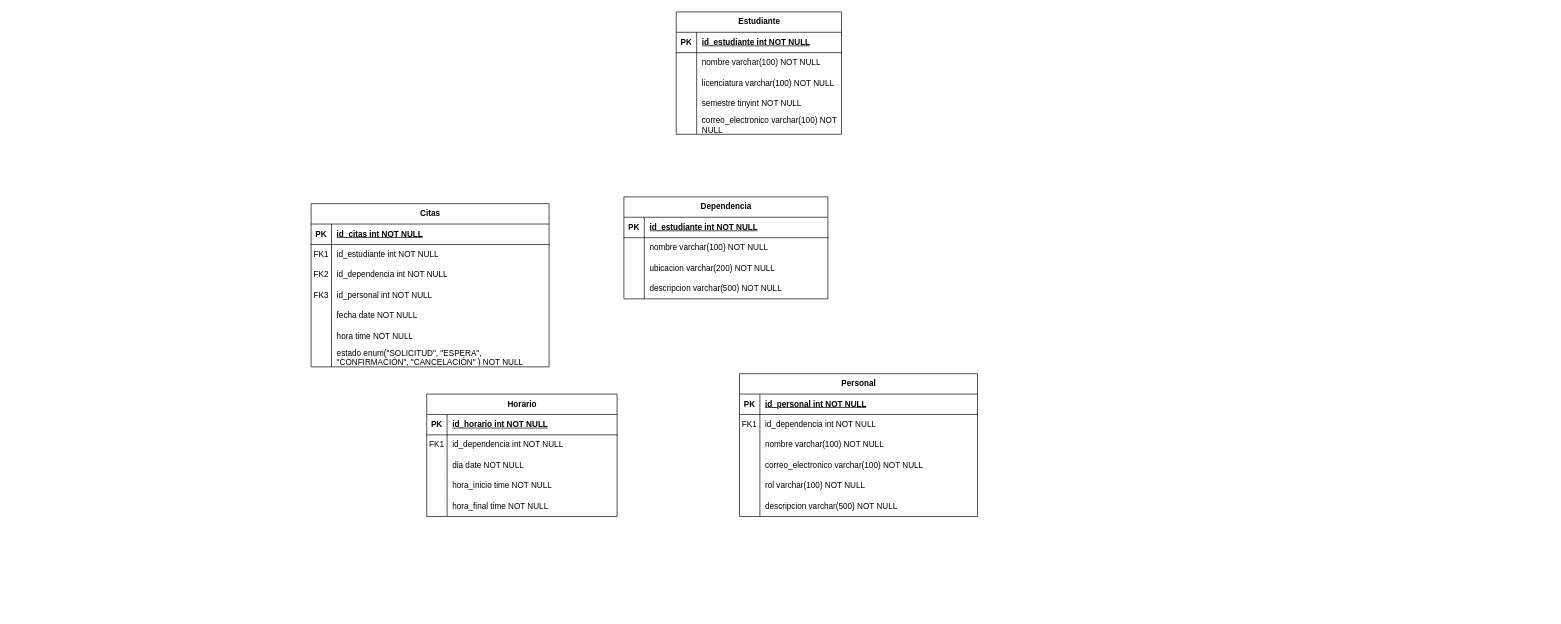
Before: base_datos.drawio in DrAtl30/potro_citas, a draw.io diagram. Source tidied: cells renumbered, new cells numbered last; positions are measured from the earlier drawing's top-left corner, leaving out a move shared by most shapes. Both pictures are drawn from the tidied source at 68%, with x=0, y=0 at pixel (311, 12).
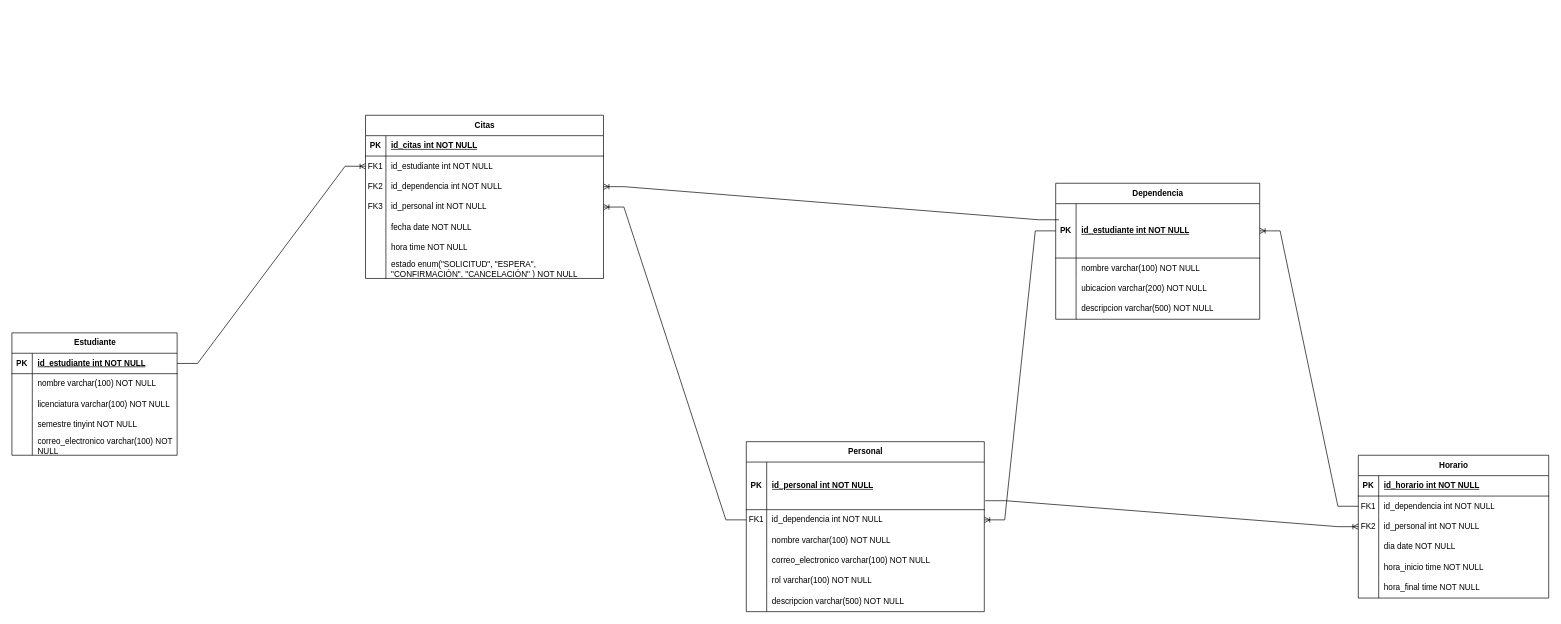
The same page after the edit.

The change refers to these unchanged cells:
```xml
<mxCell id="6" style="shape=tableRow;horizontal=0;startSize=0;swimlaneHead=0;swimlaneBody=0;fillColor=none;points=[[0,0.5],[1,0.5]];portConstraint=eastwest;top=0;left=0;right=0;bottom=0;" parent="2" vertex="1">
  <mxGeometry y="60" width="350" height="30" as="geometry" />
</mxCell>
<mxCell id="9" style="shape=tableRow;horizontal=0;startSize=0;swimlaneHead=0;swimlaneBody=0;fillColor=none;points=[[0,0.5],[1,0.5]];portConstraint=eastwest;top=0;left=0;right=0;bottom=0;" parent="2" vertex="1">
  <mxGeometry y="90" width="350" height="30" as="geometry" />
</mxCell>
<mxCell id="12" style="shape=tableRow;horizontal=0;startSize=0;swimlaneHead=0;swimlaneBody=0;fillColor=none;points=[[0,0.5],[1,0.5]];portConstraint=eastwest;top=0;left=0;right=0;bottom=0;" parent="2" vertex="1">
  <mxGeometry y="120" width="350" height="30" as="geometry" />
</mxCell>
<mxCell id="57" style="shape=tableRow;horizontal=0;startSize=0;swimlaneHead=0;swimlaneBody=0;fillColor=none;points=[[0,0.5],[1,0.5]];portConstraint=eastwest;top=0;left=0;right=0;bottom=1;" parent="56" vertex="1">
  <mxGeometry y="30" width="243" height="30" as="geometry" />
</mxCell>
```

What changed in the source:
```diff
@@
     <mxCell id="2" value="Citas" style="shape=table;startSize=30;childLayout=tableLayout;rowLines=0;fontStyle=1;align=center;html=1;" parent="1" vertex="1">
-      <mxGeometry y="282" width="350" height="240" as="geometry" />
+      <mxGeometry x="80" y="152" width="350" height="240" as="geometry" />
     </mxCell>
@@
     <mxCell id="24" value="Personal" style="shape=table;startSize=30;childLayout=tableLayout;rowLines=0;fontStyle=1;align=center;html=1;" parent="1" vertex="1">
-      <mxGeometry x="630" y="532" width="350" height="210" as="geometry" />
+      <mxGeometry x="640" y="632" width="350" height="250" as="geometry" />
     </mxCell>
     <mxCell id="25" style="shape=tableRow;horizontal=0;startSize=0;swimlaneHead=0;swimlaneBody=0;fillColor=none;points=[[0,0.5],[1,0.5]];portConstraint=eastwest;top=0;left=0;right=0;bottom=1;" parent="24" vertex="1">
-      <mxGeometry y="30" width="350" height="30" as="geometry" />
+      <mxGeometry y="30" width="350" height="70" as="geometry" />
     </mxCell>
     <mxCell id="26" value="PK" style="shape=partialRectangle;fillColor=none;top=0;left=0;bottom=0;right=0;fontStyle=1;overflow=hidden;whiteSpace=wrap;html=1;" parent="25" vertex="1">
-      <mxGeometry width="30" height="30" as="geometry" />
+      <mxGeometry width="30" height="70" as="geometry" />
     </mxCell>
     <mxCell id="27" value="id_personal int NOT NULL" style="shape=partialRectangle;fillColor=none;top=0;left=0;bottom=0;right=0;align=left;spacingLeft=6;fontStyle=5;overflow=hidden;whiteSpace=wrap;html=1;" parent="25" vertex="1">
-      <mxGeometry x="30" width="320" height="30" as="geometry" />
+      <mxGeometry x="30" width="320" height="70" as="geometry" />
     </mxCell>
     <mxCell id="28" style="shape=tableRow;horizontal=0;startSize=0;swimlaneHead=0;swimlaneBody=0;fillColor=none;points=[[0,0.5],[1,0.5]];portConstraint=eastwest;top=0;left=0;right=0;bottom=0;" parent="24" vertex="1">
-      <mxGeometry y="60" width="350" height="30" as="geometry" />
+      <mxGeometry y="100" width="350" height="30" as="geometry" />
     </mxCell>
@@
     <mxCell id="31" style="shape=tableRow;horizontal=0;startSize=0;swimlaneHead=0;swimlaneBody=0;fillColor=none;top=0;left=0;right=0;bottom=0;" parent="24" vertex="1">
-      <mxGeometry y="90" width="350" height="30" as="geometry" />
+      <mxGeometry y="130" width="350" height="30" as="geometry" />
     </mxCell>
@@
     <mxCell id="34" style="shape=tableRow;horizontal=0;startSize=0;swimlaneHead=0;swimlaneBody=0;fillColor=none;top=0;left=0;right=0;bottom=0;" parent="24" vertex="1">
-      <mxGeometry y="120" width="350" height="30" as="geometry" />
+      <mxGeometry y="160" width="350" height="30" as="geometry" />
     </mxCell>
@@
     <mxCell id="37" style="shape=tableRow;horizontal=0;startSize=0;swimlaneHead=0;swimlaneBody=0;fillColor=none;top=0;left=0;right=0;bottom=0;" parent="24" vertex="1">
-      <mxGeometry y="150" width="350" height="30" as="geometry" />
+      <mxGeometry y="190" width="350" height="30" as="geometry" />
     </mxCell>
@@
     <mxCell id="40" style="shape=tableRow;horizontal=0;startSize=0;swimlaneHead=0;swimlaneBody=0;fillColor=none;top=0;left=0;right=0;bottom=0;" parent="24" vertex="1">
-      <mxGeometry y="180" width="350" height="30" as="geometry" />
+      <mxGeometry y="220" width="350" height="30" as="geometry" />
     </mxCell>
@@
     <mxCell id="43" value="Dependencia" style="shape=table;startSize=30;childLayout=tableLayout;rowLines=0;fontStyle=1;align=center;html=1;" parent="1" vertex="1">
-      <mxGeometry x="460" y="272" width="300" height="150" as="geometry" />
+      <mxGeometry x="1095" y="252" width="300" height="200" as="geometry" />
     </mxCell>
     <mxCell id="44" style="shape=tableRow;horizontal=0;startSize=0;swimlaneHead=0;swimlaneBody=0;fillColor=none;points=[[0,0.5],[1,0.5]];portConstraint=eastwest;top=0;left=0;right=0;bottom=1;" parent="43" vertex="1">
-      <mxGeometry y="30" width="300" height="30" as="geometry" />
+      <mxGeometry y="30" width="300" height="80" as="geometry" />
     </mxCell>
     <mxCell id="45" value="PK" style="shape=partialRectangle;fillColor=none;top=0;left=0;bottom=0;right=0;fontStyle=1;overflow=hidden;whiteSpace=wrap;html=1;" parent="44" vertex="1">
-      <mxGeometry width="30" height="30" as="geometry" />
+      <mxGeometry width="30" height="80" as="geometry" />
     </mxCell>
     <mxCell id="46" value="id_estudiante int NOT NULL" style="shape=partialRectangle;fillColor=none;top=0;left=0;bottom=0;right=0;align=left;spacingLeft=6;fontStyle=5;overflow=hidden;whiteSpace=wrap;html=1;" parent="44" vertex="1">
-      <mxGeometry x="30" width="270" height="30" as="geometry" />
+      <mxGeometry x="30" width="270" height="80" as="geometry" />
     </mxCell>
     <mxCell id="47" style="shape=tableRow;horizontal=0;startSize=0;swimlaneHead=0;swimlaneBody=0;fillColor=none;top=0;left=0;right=0;bottom=0;" parent="43" vertex="1">
-      <mxGeometry y="60" width="300" height="30" as="geometry" />
+      <mxGeometry y="110" width="300" height="30" as="geometry" />
     </mxCell>
@@
     <mxCell id="50" style="shape=tableRow;horizontal=0;startSize=0;swimlaneHead=0;swimlaneBody=0;fillColor=none;top=0;left=0;right=0;bottom=0;" parent="43" vertex="1">
-      <mxGeometry y="90" width="300" height="30" as="geometry" />
+      <mxGeometry y="140" width="300" height="30" as="geometry" />
     </mxCell>
@@
     <mxCell id="53" style="shape=tableRow;horizontal=0;startSize=0;swimlaneHead=0;swimlaneBody=0;fillColor=none;top=0;left=0;right=0;bottom=0;" parent="43" vertex="1">
-      <mxGeometry y="120" width="300" height="30" as="geometry" />
+      <mxGeometry y="170" width="300" height="30" as="geometry" />
     </mxCell>
@@
     <mxCell id="56" value="Estudiante" style="shape=table;startSize=30;childLayout=tableLayout;rowLines=0;fontStyle=1;align=center;html=1;" parent="1" vertex="1">
-      <mxGeometry x="537" width="243" height="180" as="geometry" />
+      <mxGeometry x="-440" y="472" width="243" height="180" as="geometry" />
     </mxCell>
@@
     <mxCell id="72" value="Horario" style="shape=table;startSize=30;childLayout=tableLayout;rowLines=0;fontStyle=1;align=center;html=1;" parent="1" vertex="1">
-      <mxGeometry x="170" y="562" width="280" height="180" as="geometry" />
+      <mxGeometry x="1540" y="652" width="280" height="210" as="geometry" />
     </mxCell>
@@
+    <mxCell id="88" style="shape=tableRow;horizontal=0;startSize=0;swimlaneHead=0;swimlaneBody=0;fillColor=none;points=[[0,0.5],[1,0.5]];portConstraint=eastwest;top=0;left=0;right=0;bottom=0;" parent="72" vertex="1">
+      <mxGeometry y="60" width="280" height="30" as="geometry" />
+    </mxCell>
+    <mxCell id="89" value="FK1" style="shape=partialRectangle;fillColor=none;top=0;left=0;bottom=0;right=0;overflow=hidden;whiteSpace=wrap;html=1;" parent="88" vertex="1">
+      <mxGeometry width="30" height="30" as="geometry" />
+    </mxCell>
+    <mxCell id="90" value="id_dependencia int NOT NULL" style="shape=partialRectangle;fillColor=none;top=0;left=0;bottom=0;right=0;align=left;spacingLeft=6;overflow=hidden;whiteSpace=wrap;html=1;" parent="88" vertex="1">
+      <mxGeometry x="30" width="250" height="30" as="geometry" />
+    </mxCell>
     <mxCell id="76" style="shape=tableRow;horizontal=0;startSize=0;swimlaneHead=0;swimlaneBody=0;fillColor=none;points=[[0,0.5],[1,0.5]];portConstraint=eastwest;top=0;left=0;right=0;bottom=0;" parent="72" vertex="1">
-      <mxGeometry y="60" width="280" height="30" as="geometry" />
+      <mxGeometry y="90" width="280" height="30" as="geometry" />
     </mxCell>
-    <mxCell id="77" value="FK1" style="shape=partialRectangle;fillColor=none;top=0;left=0;bottom=0;right=0;overflow=hidden;whiteSpace=wrap;html=1;" parent="76" vertex="1">
+    <mxCell id="77" value="FK2" style="shape=partialRectangle;fillColor=none;top=0;left=0;bottom=0;right=0;overflow=hidden;whiteSpace=wrap;html=1;" parent="76" vertex="1">
       <mxGeometry width="30" height="30" as="geometry" />
     </mxCell>
-    <mxCell id="78" value="id_dependencia int NOT NULL" style="shape=partialRectangle;fillColor=none;top=0;left=0;bottom=0;right=0;align=left;spacingLeft=6;overflow=hidden;whiteSpace=wrap;html=1;" parent="76" vertex="1">
+    <mxCell id="78" value="id_personal int NOT NULL" style="shape=partialRectangle;fillColor=none;top=0;left=0;bottom=0;right=0;align=left;spacingLeft=6;overflow=hidden;whiteSpace=wrap;html=1;" parent="76" vertex="1">
       <mxGeometry x="30" width="250" height="30" as="geometry" />
     </mxCell>
     <mxCell id="79" style="shape=tableRow;horizontal=0;startSize=0;swimlaneHead=0;swimlaneBody=0;fillColor=none;top=0;left=0;right=0;bottom=0;" parent="72" vertex="1">
-      <mxGeometry y="90" width="280" height="30" as="geometry" />
+      <mxGeometry y="120" width="280" height="30" as="geometry" />
     </mxCell>
@@
     <mxCell id="82" style="shape=tableRow;horizontal=0;startSize=0;swimlaneHead=0;swimlaneBody=0;fillColor=none;top=0;left=0;right=0;bottom=0;" parent="72" vertex="1">
-      <mxGeometry y="120" width="280" height="30" as="geometry" />
+      <mxGeometry y="150" width="280" height="30" as="geometry" />
     </mxCell>
@@
     <mxCell id="85" style="shape=tableRow;horizontal=0;startSize=0;swimlaneHead=0;swimlaneBody=0;fillColor=none;top=0;left=0;right=0;bottom=0;" parent="72" vertex="1">
-      <mxGeometry y="150" width="280" height="30" as="geometry" />
+      <mxGeometry y="180" width="280" height="30" as="geometry" />
     </mxCell>
@@
+    <mxCell id="91" style="edgeStyle=entityRelationEdgeStyle;fontSize=12;html=1;endArrow=ERoneToMany;rounded=0;entryX=1;entryY=0.5;entryDx=0;entryDy=0;exitX=0;exitY=0.5;exitDx=0;exitDy=0;" parent="1" edge="1" source="44" target="28">
+      <mxGeometry relative="1" as="geometry" />
+    </mxCell>
+    <mxCell id="92" style="edgeStyle=entityRelationEdgeStyle;fontSize=12;html=1;endArrow=ERoneToMany;rounded=0;exitX=1.004;exitY=0.812;exitDx=0;exitDy=0;exitPerimeter=0;entryX=0;entryY=0.5;entryDx=0;entryDy=0;" parent="1" edge="1" source="25" target="76">
+      <mxGeometry relative="1" as="geometry" />
+    </mxCell>
+    <mxCell id="93" style="edgeStyle=entityRelationEdgeStyle;fontSize=12;html=1;endArrow=ERoneToMany;rounded=0;entryX=1;entryY=0.5;entryDx=0;entryDy=0;exitX=0;exitY=0.5;exitDx=0;exitDy=0;" parent="1" edge="1" source="88" target="44">
+      <mxGeometry relative="1" as="geometry" />
+    </mxCell>
+    <mxCell id="94" style="edgeStyle=entityRelationEdgeStyle;fontSize=12;html=1;endArrow=ERoneToMany;rounded=0;entryX=1;entryY=0.5;entryDx=0;entryDy=0;exitX=0.016;exitY=0.296;exitDx=0;exitDy=0;exitPerimeter=0;" parent="1" edge="1" source="44" target="9">
+      <mxGeometry relative="1" as="geometry" />
+    </mxCell>
+    <mxCell id="95" style="edgeStyle=entityRelationEdgeStyle;fontSize=12;html=1;endArrow=ERoneToMany;rounded=0;entryX=1;entryY=0.5;entryDx=0;entryDy=0;exitX=0;exitY=0.5;exitDx=0;exitDy=0;" parent="1" edge="1" source="28" target="12">
+      <mxGeometry relative="1" as="geometry" />
+    </mxCell>
+    <mxCell id="96" style="edgeStyle=entityRelationEdgeStyle;fontSize=12;html=1;endArrow=ERoneToMany;rounded=0;entryX=0;entryY=0.5;entryDx=0;entryDy=0;exitX=1;exitY=0.5;exitDx=0;exitDy=0;" parent="1" edge="1" source="57" target="6">
+      <mxGeometry relative="1" as="geometry" />
+    </mxCell>
```
